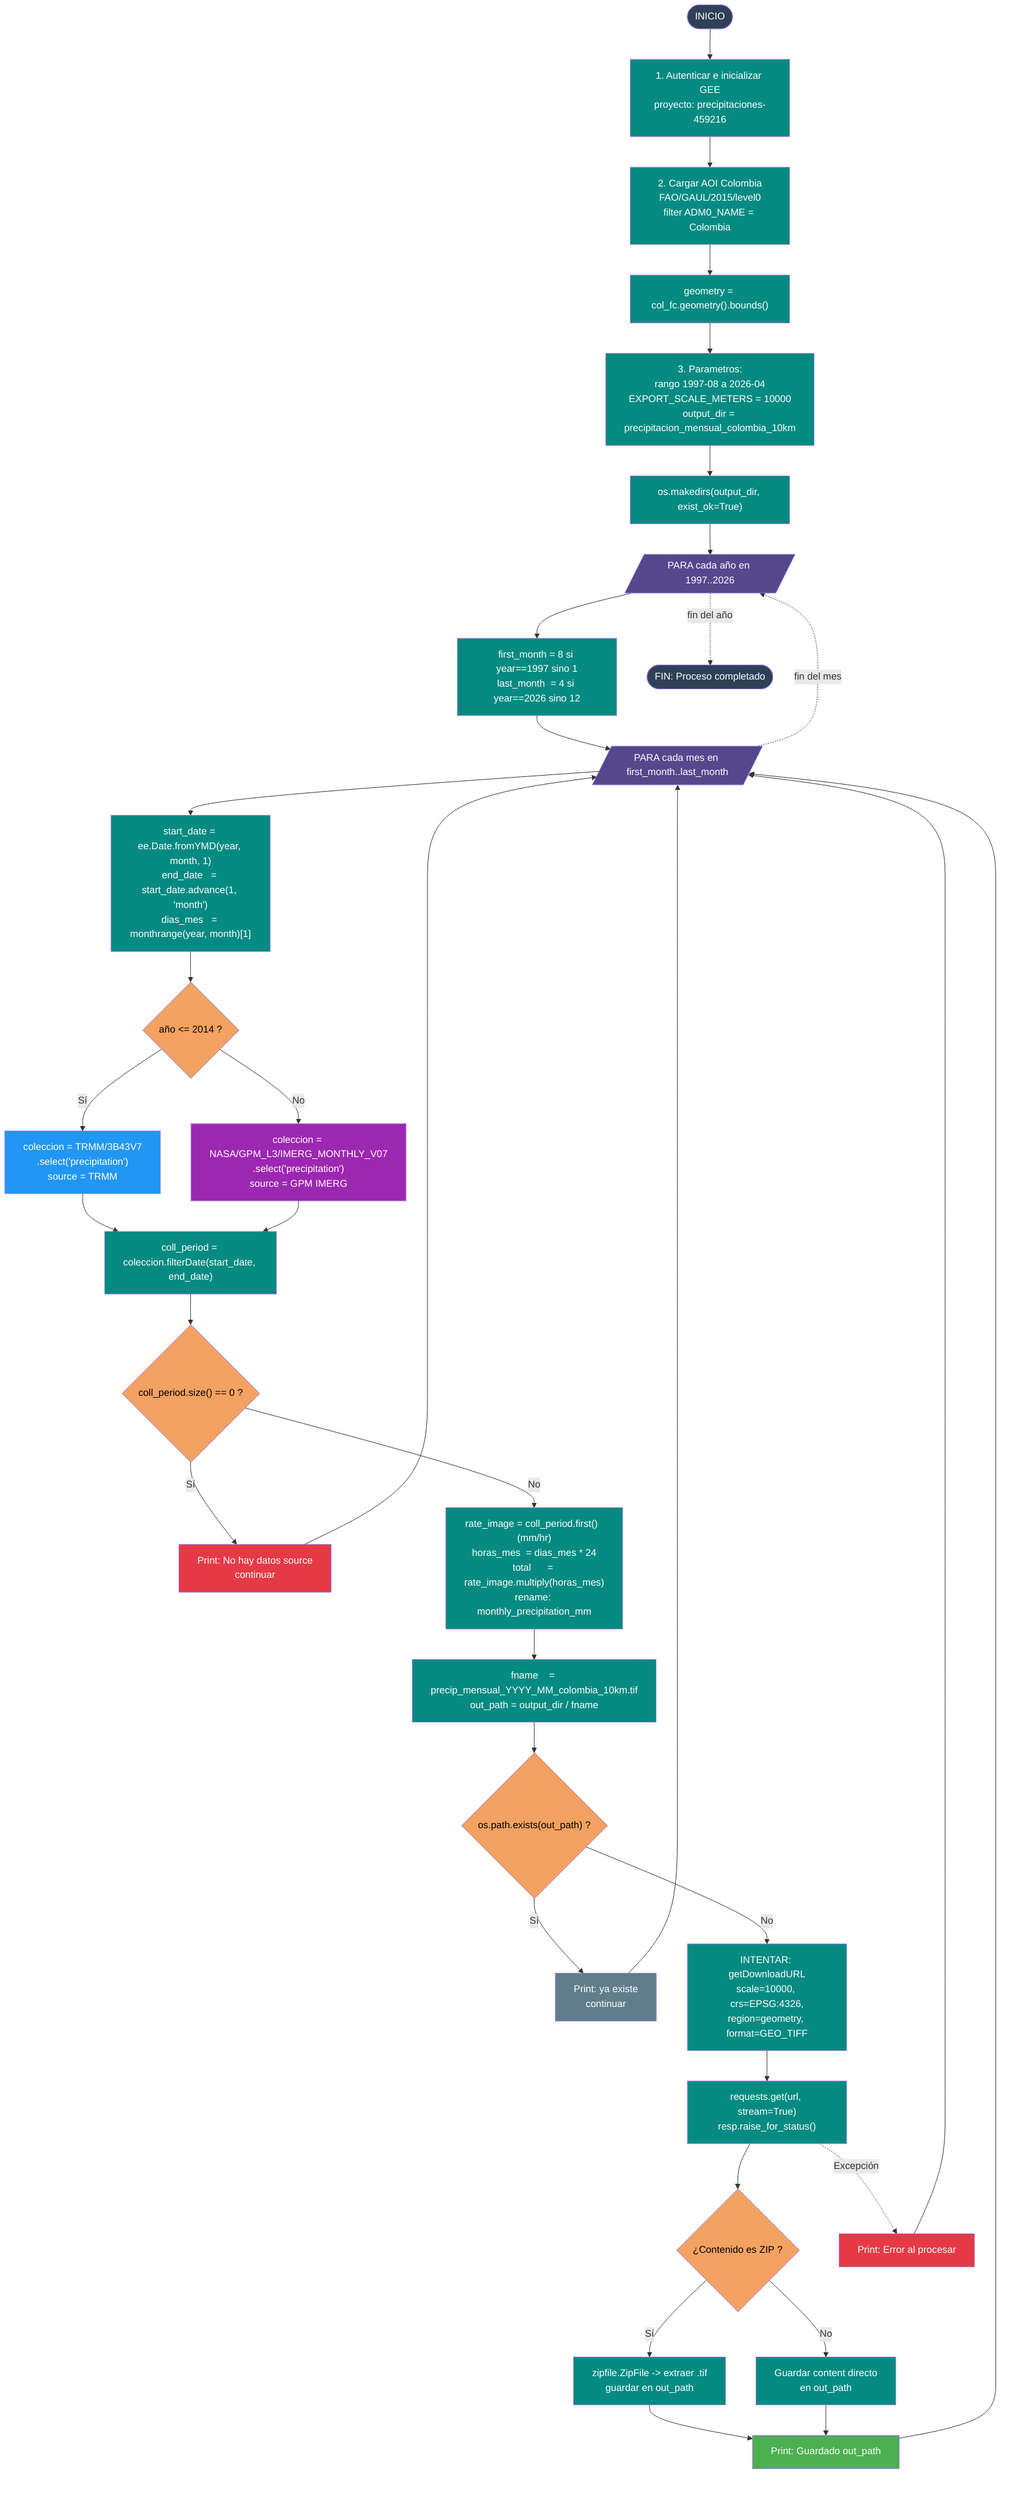
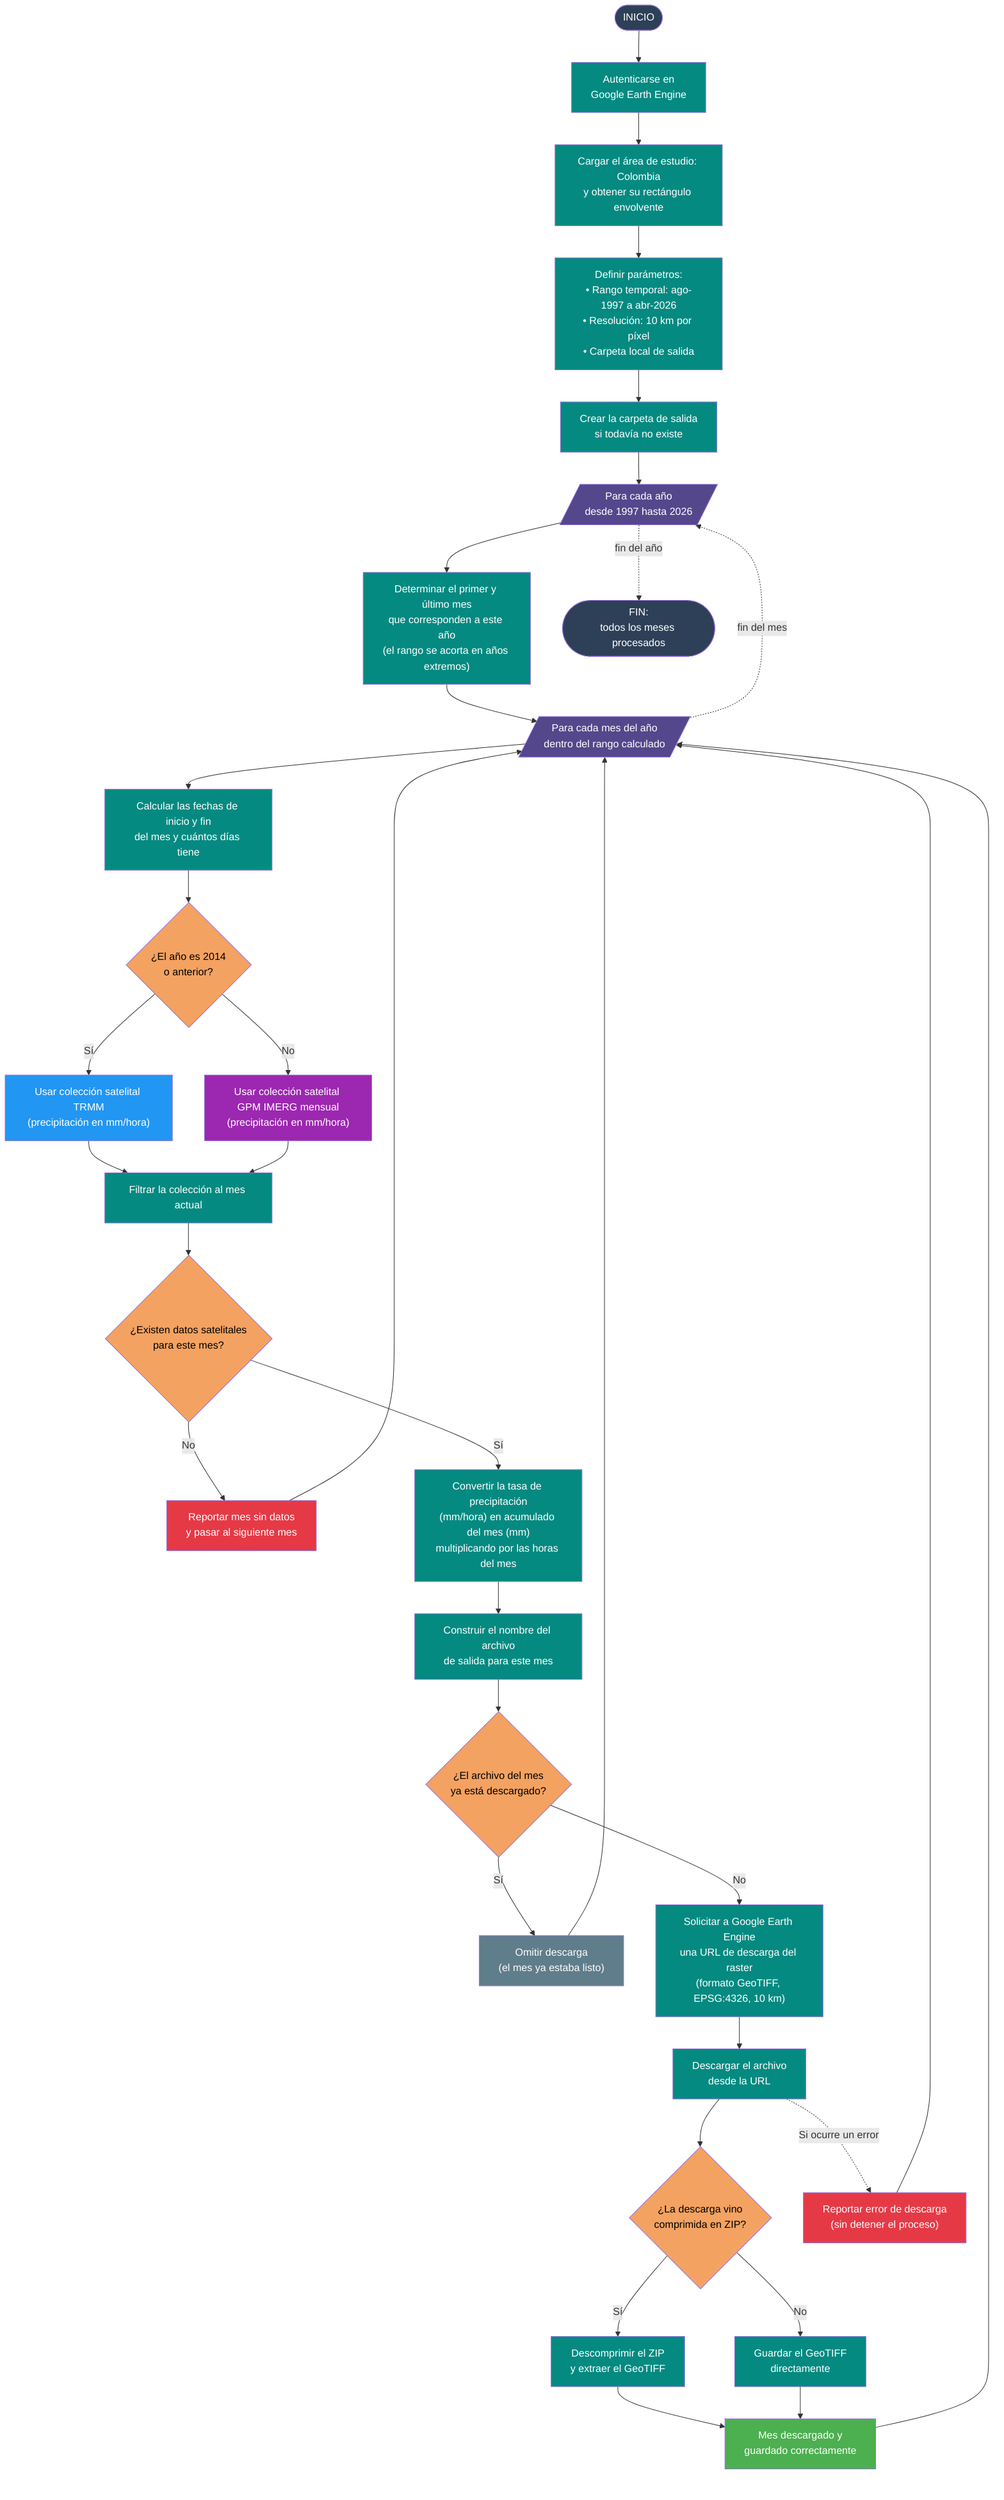
flowchart TD
    S1([INICIO]) --> S2
-     S2["1. Autenticar e inicializar GEE<br/>proyecto: precipitaciones-459216"] --> S3
-     S3["2. Cargar AOI Colombia<br/>FAO/GAUL/2015/level0<br/>filter ADM0_NAME = Colombia"] --> S4
-     S4["geometry = col_fc.geometry().bounds()"] --> S5
-     S5["3. Parametros:<br/>rango 1997-08 a 2026-04<br/>EXPORT_SCALE_METERS = 10000<br/>output_dir = precipitacion_mensual_colombia_10km"] --> S6
-     S6["os.makedirs(output_dir, exist_ok=True)"] --> L1
-     L1[/"PARA cada año en 1997..2026"/] --> S7
-     S7["first_month = 8 si year==1997 sino 1<br/>last_month  = 4 si year==2026 sino 12"] --> L2
-     L2[/"PARA cada mes en first_month..last_month"/] --> S8
-     S8["start_date = ee.Date.fromYMD(year, month, 1)<br/>end_date   = start_date.advance(1, 'month')<br/>dias_mes   = monthrange(year, month)[1]"] --> D1
-     D1{"año &lt;= 2014 ?"}
-     D1 -->|"Sí"| C1["coleccion = TRMM/3B43V7<br/>.select('precipitation')<br/>source = TRMM"]
-     D1 -->|"No"| C2["coleccion = NASA/GPM_L3/IMERG_MONTHLY_V07<br/>.select('precipitation')<br/>source = GPM IMERG"]
+     S2["Autenticarse en<br/>Google Earth Engine"] --> S3
+     S3["Cargar el área de estudio: Colombia<br/>y obtener su rectángulo envolvente"] --> S5
+     S5["Definir parámetros:<br/>• Rango temporal: ago-1997 a abr-2026<br/>• Resolución: 10 km por píxel<br/>• Carpeta local de salida"] --> S6
+     S6["Crear la carpeta de salida<br/>si todavía no existe"] --> L1
+     L1[/"Para cada año<br/>desde 1997 hasta 2026"/] --> S7
+     S7["Determinar el primer y último mes<br/>que corresponden a este año<br/>(el rango se acorta en años extremos)"] --> L2
+     L2[/"Para cada mes del año<br/>dentro del rango calculado"/] --> S8
+     S8["Calcular las fechas de inicio y fin<br/>del mes y cuántos días tiene"] --> D1
+     D1{"¿El año es 2014<br/>o anterior?"}
+     D1 -->|"Sí"| C1["Usar colección satelital TRMM<br/>(precipitación en mm/hora)"]
+     D1 -->|"No"| C2["Usar colección satelital GPM IMERG mensual<br/>(precipitación en mm/hora)"]
    C1 --> S9
    C2 --> S9
-     S9["coll_period = coleccion.filterDate(start_date, end_date)"] --> D2
-     D2{"coll_period.size() == 0 ?"}
-     D2 -->|"Sí"| SK1["Print: No hay datos source<br/>continuar"]
-     D2 -->|"No"| S10
-     S10["rate_image = coll_period.first()  (mm/hr)<br/>horas_mes  = dias_mes * 24<br/>total      = rate_image.multiply(horas_mes)<br/>rename: monthly_precipitation_mm"] --> S11
-     S11["fname    = precip_mensual_YYYY_MM_colombia_10km.tif<br/>out_path = output_dir / fname"] --> D3
-     D3{"os.path.exists(out_path) ?"}
-     D3 -->|"Sí"| SK2["Print: ya existe<br/>continuar"]
+     S9["Filtrar la colección al mes actual"] --> D2
+     D2{"¿Existen datos satelitales<br/>para este mes?"}
+     D2 -->|"No"| SK1["Reportar mes sin datos<br/>y pasar al siguiente mes"]
+     D2 -->|"Sí"| S10
+     S10["Convertir la tasa de precipitación<br/>(mm/hora) en acumulado del mes (mm)<br/>multiplicando por las horas del mes"] --> S11
+     S11["Construir el nombre del archivo<br/>de salida para este mes"] --> D3
+     D3{"¿El archivo del mes<br/>ya está descargado?"}
+     D3 -->|"Sí"| SK2["Omitir descarga<br/>(el mes ya estaba listo)"]
    D3 -->|"No"| T1
-     T1["INTENTAR: getDownloadURL<br/>scale=10000, crs=EPSG:4326,<br/>region=geometry, format=GEO_TIFF"] --> S12
-     S12["requests.get(url, stream=True)<br/>resp.raise_for_status()"] --> D4
-     D4{"¿Contenido es ZIP ?"}
-     D4 -->|"Sí"| Z1["zipfile.ZipFile -> extraer .tif<br/>guardar en out_path"]
-     D4 -->|"No"| Z2["Guardar content directo<br/>en out_path"]
+     T1["Solicitar a Google Earth Engine<br/>una URL de descarga del raster<br/>(formato GeoTIFF, EPSG:4326, 10 km)"] --> S12
+     S12["Descargar el archivo<br/>desde la URL"] --> D4
+     D4{"¿La descarga vino<br/>comprimida en ZIP?"}
+     D4 -->|"Sí"| Z1["Descomprimir el ZIP<br/>y extraer el GeoTIFF"]
+     D4 -->|"No"| Z2["Guardar el GeoTIFF<br/>directamente"]
    Z1 --> OK
    Z2 --> OK
-     OK["Print: Guardado out_path"]
+     OK["Mes descargado y<br/>guardado correctamente"]

-     S12 -.->|"Excepción"| ERR["Print: Error al procesar"]
+     S12 -.->|"Si ocurre un error"| ERR["Reportar error de descarga<br/>(sin detener el proceso)"]

    OK  --> L2
    ERR --> L2
    SK1 --> L2
    SK2 --> L2

    L2 -.->|"fin del mes"| L1
    L1 -.->|"fin del año"| FIN
-     FIN([FIN: Proceso completado])
+     FIN([FIN:<br/>todos los meses procesados])

    style S1   fill:#2E4057,color:#fff
    style FIN  fill:#2E4057,color:#fff

    style S2   fill:#048A81,color:#fff
    style S3   fill:#048A81,color:#fff
-     style S4   fill:#048A81,color:#fff
    style S5   fill:#048A81,color:#fff
    style S6   fill:#048A81,color:#fff
    style S7   fill:#048A81,color:#fff
    style S8   fill:#048A81,color:#fff
    style S9   fill:#048A81,color:#fff
    style S10  fill:#048A81,color:#fff
    style S11  fill:#048A81,color:#fff
    style S12  fill:#048A81,color:#fff
    style T1   fill:#048A81,color:#fff
    style Z1   fill:#048A81,color:#fff
    style Z2   fill:#048A81,color:#fff

    style L1   fill:#54478C,color:#fff
    style L2   fill:#54478C,color:#fff

    style D1   fill:#F4A261,color:#000
    style D2   fill:#F4A261,color:#000
    style D3   fill:#F4A261,color:#000
    style D4   fill:#F4A261,color:#000

    style C1   fill:#2196F3,color:#fff
    style C2   fill:#9C27B0,color:#fff

    style SK1  fill:#E63946,color:#fff
    style SK2  fill:#607D8B,color:#fff
    style ERR  fill:#E63946,color:#fff

    style OK   fill:#4CAF50,color:#fff
